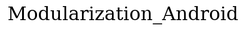
farooqahmadm1/Modularization_Android keeps this Graphviz diagram as gradle/dependency-graph/project.dot.png. Above is the earlier version. Its source is kept beside it as gradle/dependency-graph/project.dot.
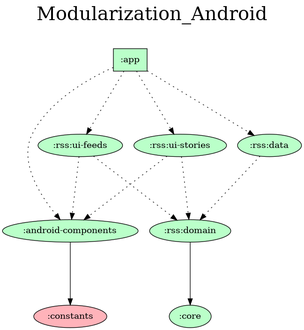
The same file after the commit.

Commit message:
Update dependency graph

The edit, as a diff of the source:
```diff
@@ -5,9 +5,28 @@
 
   # Projects
 
+  ":android-components" [fillcolor="#baffc9"];
+  ":app" [shape=box, fillcolor="#baffc9"];
+  ":constants" [fillcolor="#ffb3ba"];
+  ":core" [fillcolor="#baffc9"];
+  ":rss:data" [fillcolor="#baffc9"];
+  ":rss:domain" [fillcolor="#baffc9"];
+  ":rss:ui-feeds" [fillcolor="#baffc9"];
+  ":rss:ui-stories" [fillcolor="#baffc9"];
 
-  {rank = same;}
+  {rank = same; ":app";}
 
   # Dependencies
 
+  ":android-components" -> ":constants"
+  ":app" -> ":android-components" [style=dotted]
+  ":app" -> ":rss:ui-feeds" [style=dotted]
+  ":app" -> ":rss:ui-stories" [style=dotted]
+  ":app" -> ":rss:data" [style=dotted]
+  ":rss:data" -> ":rss:domain" [style=dotted]
+  ":rss:domain" -> ":core"
+  ":rss:ui-feeds" -> ":android-components" [style=dotted]
+  ":rss:ui-feeds" -> ":rss:domain" [style=dotted]
+  ":rss:ui-stories" -> ":android-components" [style=dotted]
+  ":rss:ui-stories" -> ":rss:domain" [style=dotted]
 }
```
